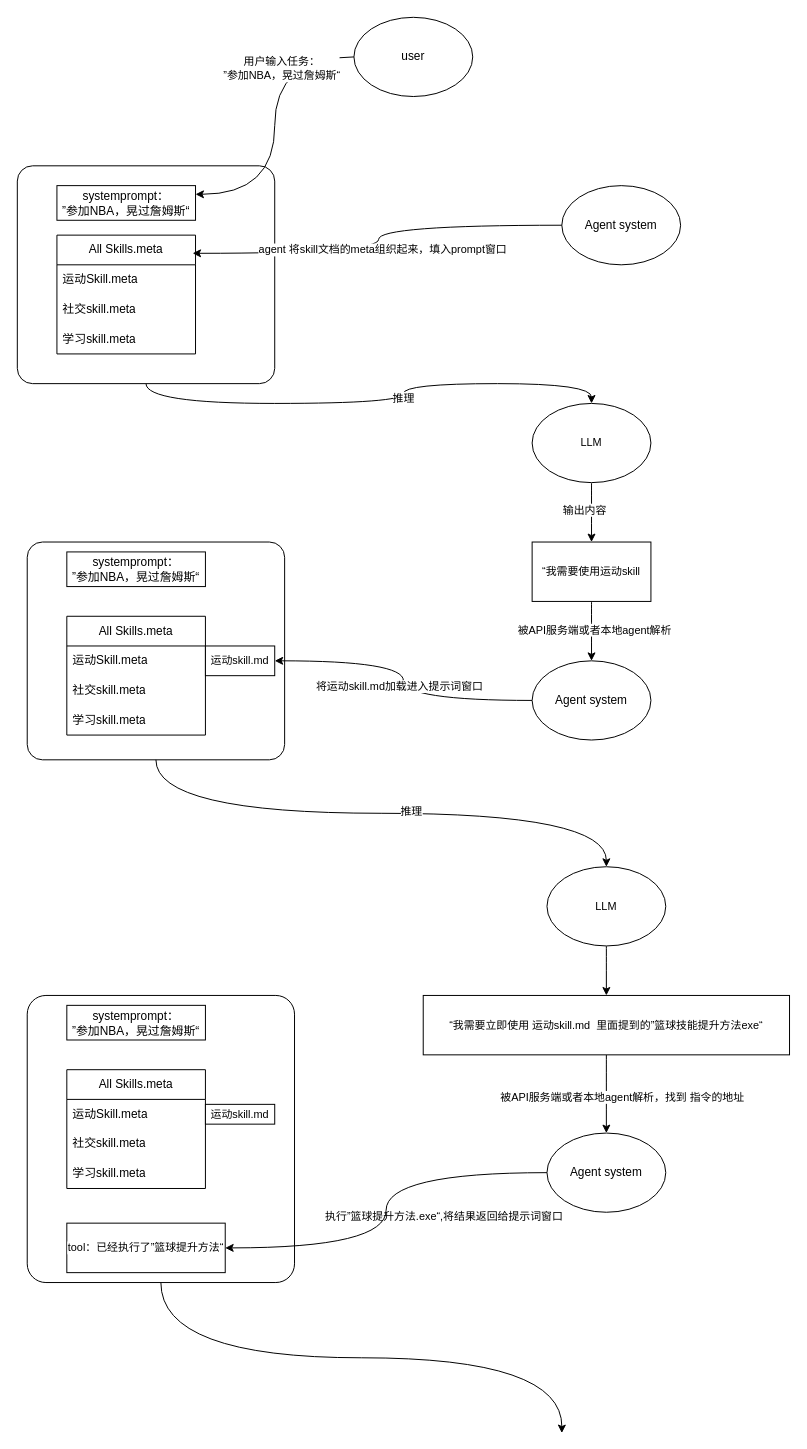
This is page "Skill机制流程" (2 of 3) of FanfandeAgentNoteDocument/drawIO.drawio from fanfan-de/FanfandeAgent, a draw.io file, before an edit. Source tidied: cells renumbered, new cells numbered last; positions are measured from the earlier drawing's top-left corner, leaving out a move shared by most shapes. Both pictures are drawn from the tidied source at 99%, with x=0, y=0 at pixel (17, 17).
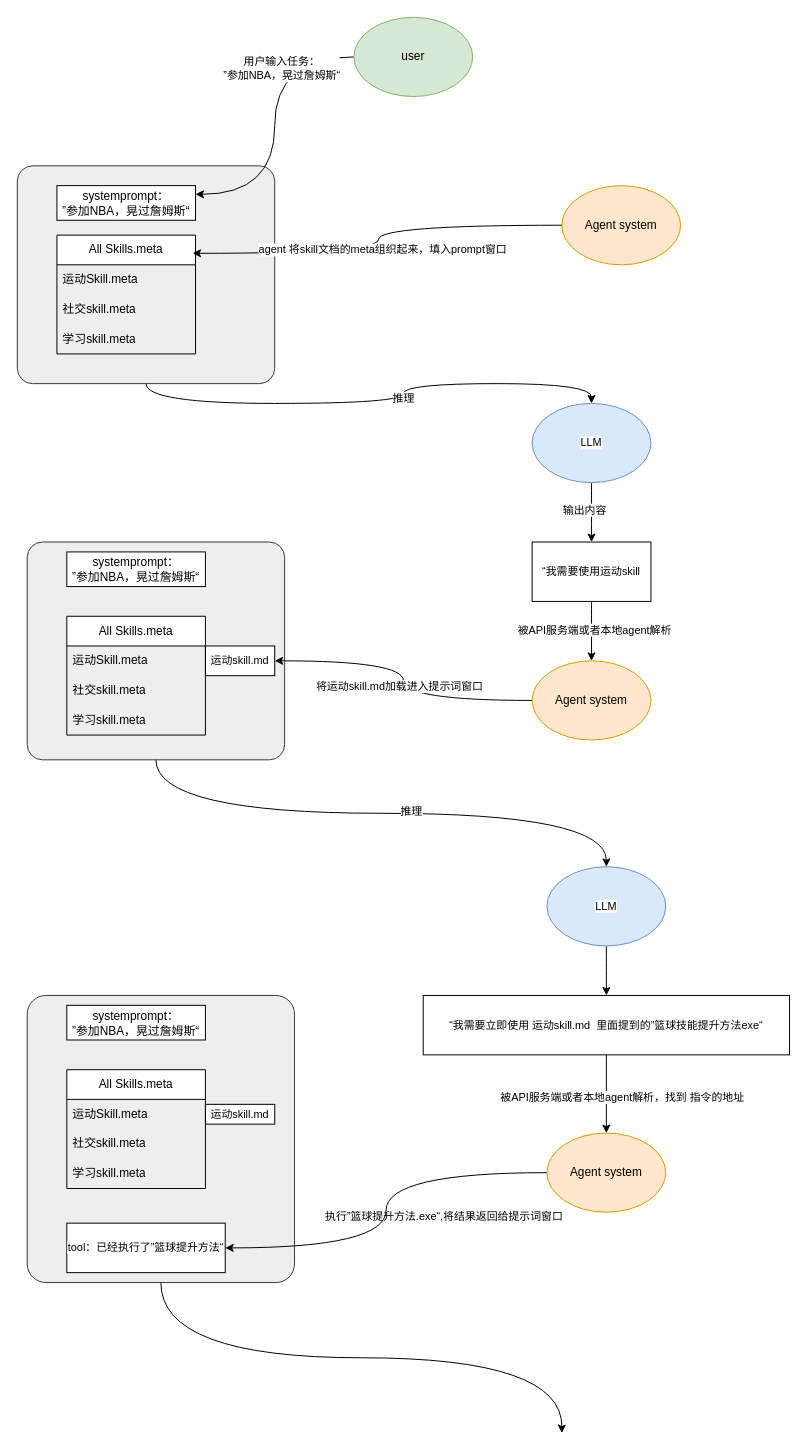
Above is the later version.

The edit, as a diff of the source:
```diff
@@
-    <mxCell id="3" style="rounded=1;whiteSpace=wrap;html=1;arcSize=7;" parent="1" vertex="1">
+    <mxCell id="3" style="rounded=1;whiteSpace=wrap;html=1;arcSize=7;fillColor=#eeeeee;strokeColor=#36393d;" parent="1" vertex="1">
       <mxGeometry x="10" y="988" width="270" height="290" as="geometry" />
     </mxCell>
@@
-    <mxCell id="6" style="rounded=1;whiteSpace=wrap;html=1;arcSize=7;" parent="1" vertex="1">
+    <mxCell id="6" style="rounded=1;whiteSpace=wrap;html=1;arcSize=7;fillColor=#eeeeee;strokeColor=#36393d;" parent="1" vertex="1">
       <mxGeometry y="150" width="260" height="220" as="geometry" />
     </mxCell>
@@
-    <mxCell id="14" value="user" style="ellipse;whiteSpace=wrap;html=1;" parent="1" vertex="1">
+    <mxCell id="14" value="user" style="ellipse;whiteSpace=wrap;html=1;fillColor=#d5e8d4;strokeColor=#82b366;" parent="1" vertex="1">
       <mxGeometry x="340" width="120" height="80" as="geometry" />
     </mxCell>
-    <mxCell id="15" value="Agent system" style="ellipse;whiteSpace=wrap;html=1;" parent="1" vertex="1">
+    <mxCell id="15" value="Agent system" style="ellipse;whiteSpace=wrap;html=1;fillColor=#ffe6cc;strokeColor=#d79b00;" parent="1" vertex="1">
       <mxGeometry x="550" y="170" width="120" height="80" as="geometry" />
     </mxCell>
@@
-    <mxCell id="20" value="LLM" style="ellipse;whiteSpace=wrap;html=1;fontFamily=Helvetica;fontSize=11;fontColor=default;labelBackgroundColor=default;" parent="1" vertex="1">
+    <mxCell id="20" value="LLM" style="ellipse;whiteSpace=wrap;html=1;fontFamily=Helvetica;fontSize=11;labelBackgroundColor=default;fillColor=#dae8fc;strokeColor=#6c8ebf;" parent="1" vertex="1">
       <mxGeometry x="520" y="390" width="120" height="80" as="geometry" />
     </mxCell>
@@
-    <mxCell id="26" style="rounded=1;whiteSpace=wrap;html=1;arcSize=7;" parent="1" vertex="1">
+    <mxCell id="26" style="rounded=1;whiteSpace=wrap;html=1;arcSize=7;fillColor=#eeeeee;strokeColor=#36393d;" parent="1" vertex="1">
       <mxGeometry x="10" y="530" width="260" height="220" as="geometry" />
     </mxCell>
@@
-    <mxCell id="29" value="Agent system" style="ellipse;whiteSpace=wrap;html=1;" parent="1" vertex="1">
+    <mxCell id="29" value="Agent system" style="ellipse;whiteSpace=wrap;html=1;fillColor=#ffe6cc;strokeColor=#d79b00;" parent="1" vertex="1">
       <mxGeometry x="520" y="650" width="120" height="80" as="geometry" />
     </mxCell>
@@
-    <mxCell id="39" value="LLM" style="ellipse;whiteSpace=wrap;html=1;fontFamily=Helvetica;fontSize=11;fontColor=default;labelBackgroundColor=default;" parent="1" vertex="1">
+    <mxCell id="39" value="LLM" style="ellipse;whiteSpace=wrap;html=1;fontFamily=Helvetica;fontSize=11;labelBackgroundColor=default;fillColor=#dae8fc;strokeColor=#6c8ebf;" parent="1" vertex="1">
       <mxGeometry x="535" y="858" width="120" height="80" as="geometry" />
     </mxCell>
@@
-    <mxCell id="43" value="Agent system" style="ellipse;whiteSpace=wrap;html=1;" parent="1" vertex="1">
+    <mxCell id="43" value="Agent system" style="ellipse;whiteSpace=wrap;html=1;fillColor=#ffe6cc;strokeColor=#d79b00;" parent="1" vertex="1">
       <mxGeometry x="535" y="1127" width="120" height="80" as="geometry" />
     </mxCell>
```
